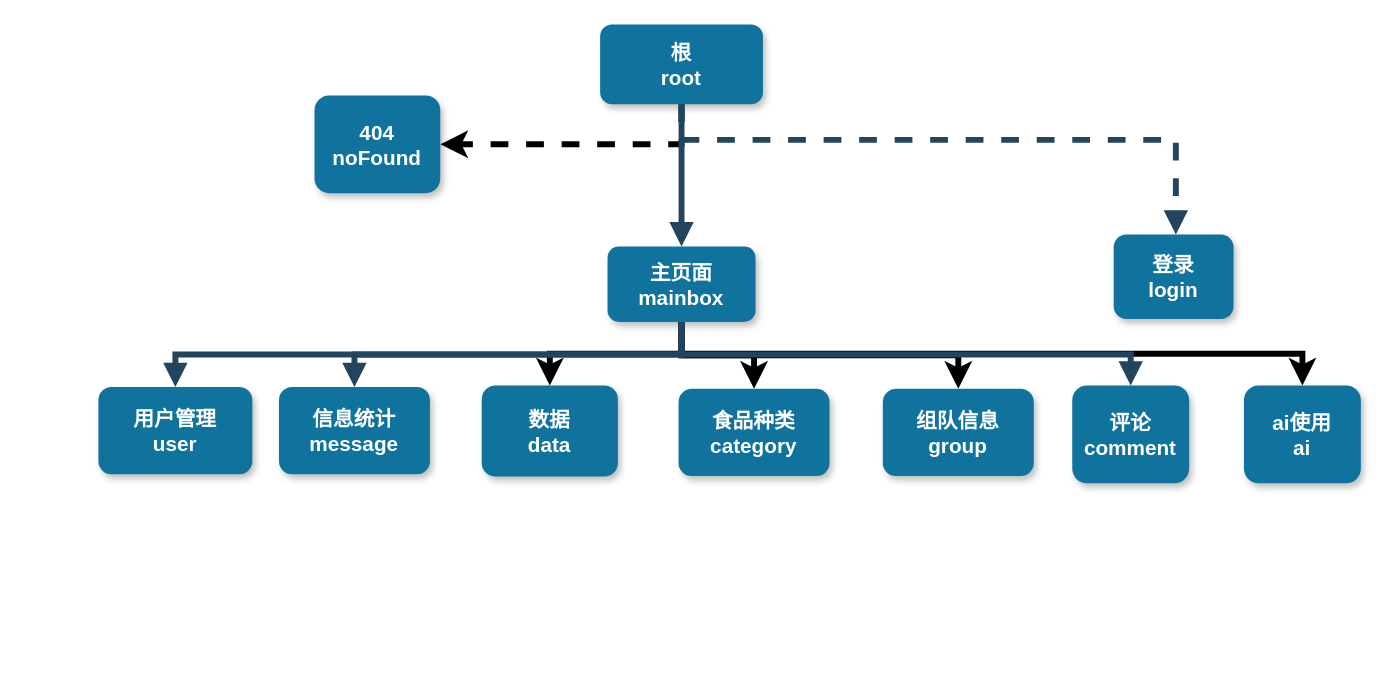
This is 后台管理UI.drawio from wangXingRunning/wangXingRunning.github.io, a draw.io file, before an edit. Source tidied: cells renumbered, new cells numbered last; positions are measured from the earlier drawing's top-left corner, leaving out a move shared by most shapes. Both pictures are drawn from the tidied source at 148%, with x=0, y=0 at pixel (98, 24).
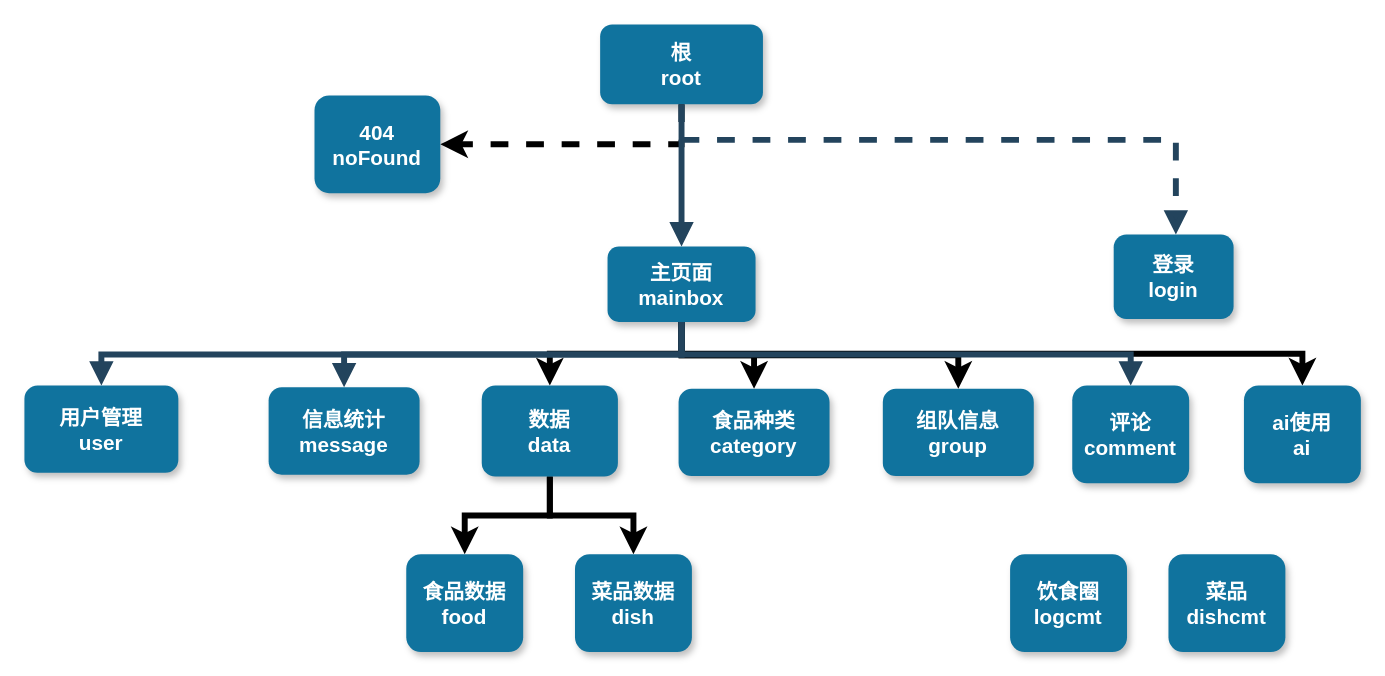
Above is the later version.

Commit message (it also covers changes not shown here):
更新后台管理UI.drawio

The change refers to these unchanged cells:
```xml
<mxCell id="19" value="数据&#10;data" style="rounded=1;fillColor=#10739E;strokeColor=none;shadow=1;gradientColor=none;fontStyle=1;fontColor=#FFFFFF;fontSize=14;" parent="1" vertex="1">
  <mxGeometry x="259" y="244" width="92" height="61.5" as="geometry" />
</mxCell>
```

Change to the diagram source:
```diff
@@
     <mxCell id="9" value="用户管理&#10;user" style="rounded=1;fillColor=#10739E;strokeColor=none;shadow=1;gradientColor=none;fontStyle=1;fontColor=#FFFFFF;fontSize=14;" parent="1" vertex="1">
-      <mxGeometry y="245" width="104" height="59" as="geometry" />
+      <mxGeometry x="-50" y="244" width="104" height="59" as="geometry" />
     </mxCell>
     <mxCell id="10" value="信息统计&#10;message" style="rounded=1;fillColor=#10739E;strokeColor=none;shadow=1;gradientColor=none;fontStyle=1;fontColor=#FFFFFF;fontSize=14;" parent="1" vertex="1">
-      <mxGeometry x="122" y="245" width="102" height="59" as="geometry" />
+      <mxGeometry x="115" y="245.2" width="102" height="59" as="geometry" />
     </mxCell>
@@
+    <mxCell id="23" style="edgeStyle=orthogonalEdgeStyle;rounded=0;jettySize=auto;html=1;exitX=0.5;exitY=1;exitDx=0;exitDy=0;entryX=0.5;entryY=0;entryDx=0;entryDy=0;strokeWidth=4;" parent="1" edge="1" source="19" target="25">
+      <mxGeometry relative="1" as="geometry" />
+    </mxCell>
+    <mxCell id="24" style="edgeStyle=orthogonalEdgeStyle;rounded=0;jettySize=auto;html=1;exitX=0.5;exitY=1;exitDx=0;exitDy=0;entryX=0.5;entryY=0;entryDx=0;entryDy=0;strokeWidth=4;" parent="1" edge="1" source="19" target="26">
+      <mxGeometry relative="1" as="geometry" />
+    </mxCell>
@@
+    <mxCell id="25" value="食品数据&#10;food" style="rounded=1;fillColor=#10739E;strokeColor=none;shadow=1;gradientColor=none;fontStyle=1;fontColor=#FFFFFF;fontSize=14;" parent="1" vertex="1">
+      <mxGeometry x="208" y="358" width="79" height="66" as="geometry" />
+    </mxCell>
+    <mxCell id="26" value="菜品数据&#10;dish" style="rounded=1;fillColor=#10739E;strokeColor=none;shadow=1;gradientColor=none;fontStyle=1;fontColor=#FFFFFF;fontSize=14;" parent="1" vertex="1">
+      <mxGeometry x="322" y="358" width="79" height="66" as="geometry" />
+    </mxCell>
+    <mxCell id="27" value="菜品&#10;dishcmt" style="rounded=1;fillColor=#10739E;strokeColor=none;shadow=1;gradientColor=none;fontStyle=1;fontColor=#FFFFFF;fontSize=14;" parent="1" vertex="1">
+      <mxGeometry x="723" y="358" width="79" height="66" as="geometry" />
+    </mxCell>
+    <mxCell id="28" value="饮食圈&#10;logcmt" style="rounded=1;fillColor=#10739E;strokeColor=none;shadow=1;gradientColor=none;fontStyle=1;fontColor=#FFFFFF;fontSize=14;" parent="1" vertex="1">
+      <mxGeometry x="616" y="358" width="79" height="66" as="geometry" />
+    </mxCell>
```
